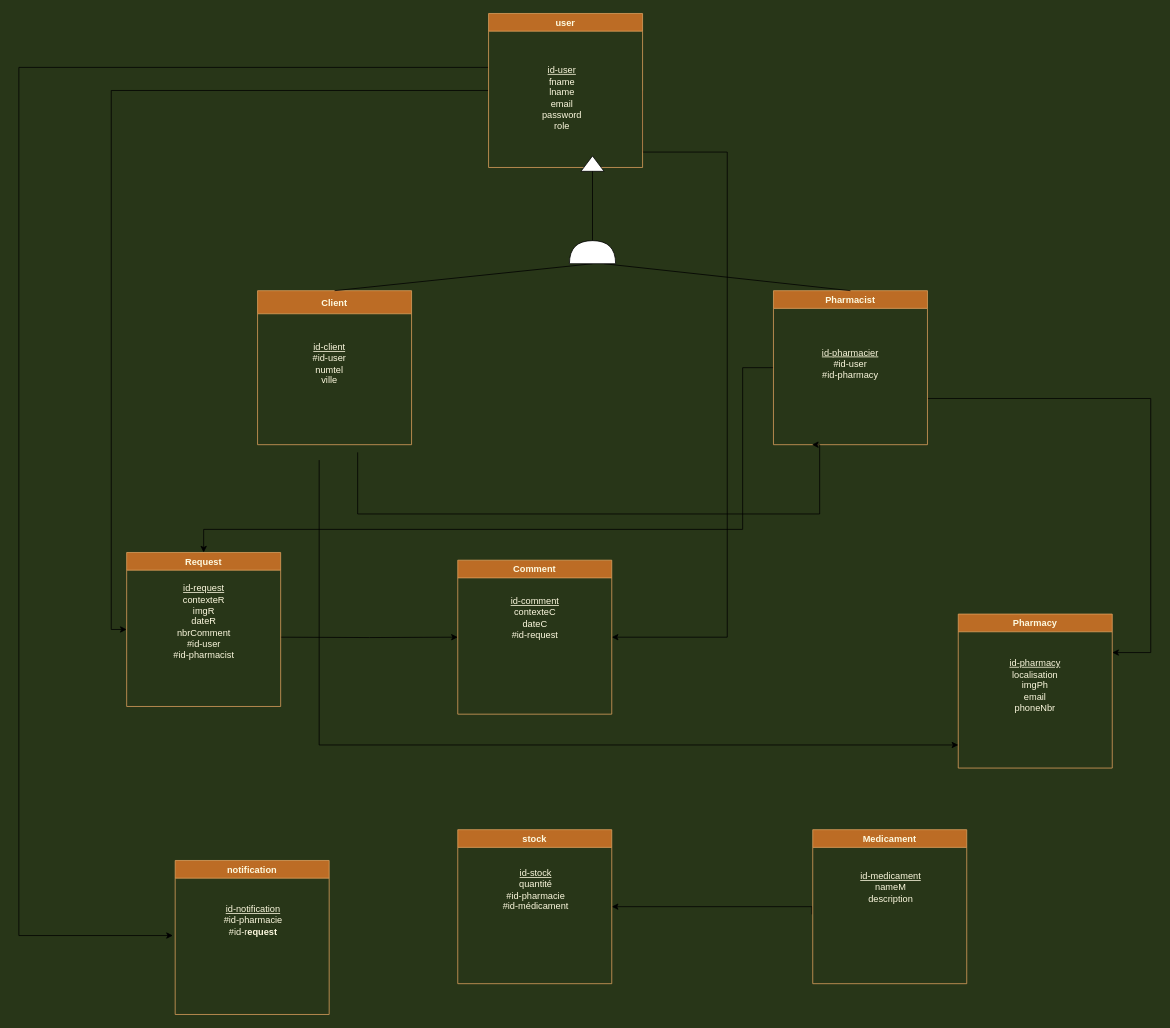
The draw.io diagram conception-base donner/MLD.dio in KHADIJALAHMAR/projet_fils_rouge, before the edit. Source tidied: cells renumbered, new cells numbered last; positions are measured from the earlier drawing's top-left corner, leaving out a move shared by most shapes. Both pictures are drawn from the tidied source at 77%, with x=0, y=0 at pixel (18, 13).
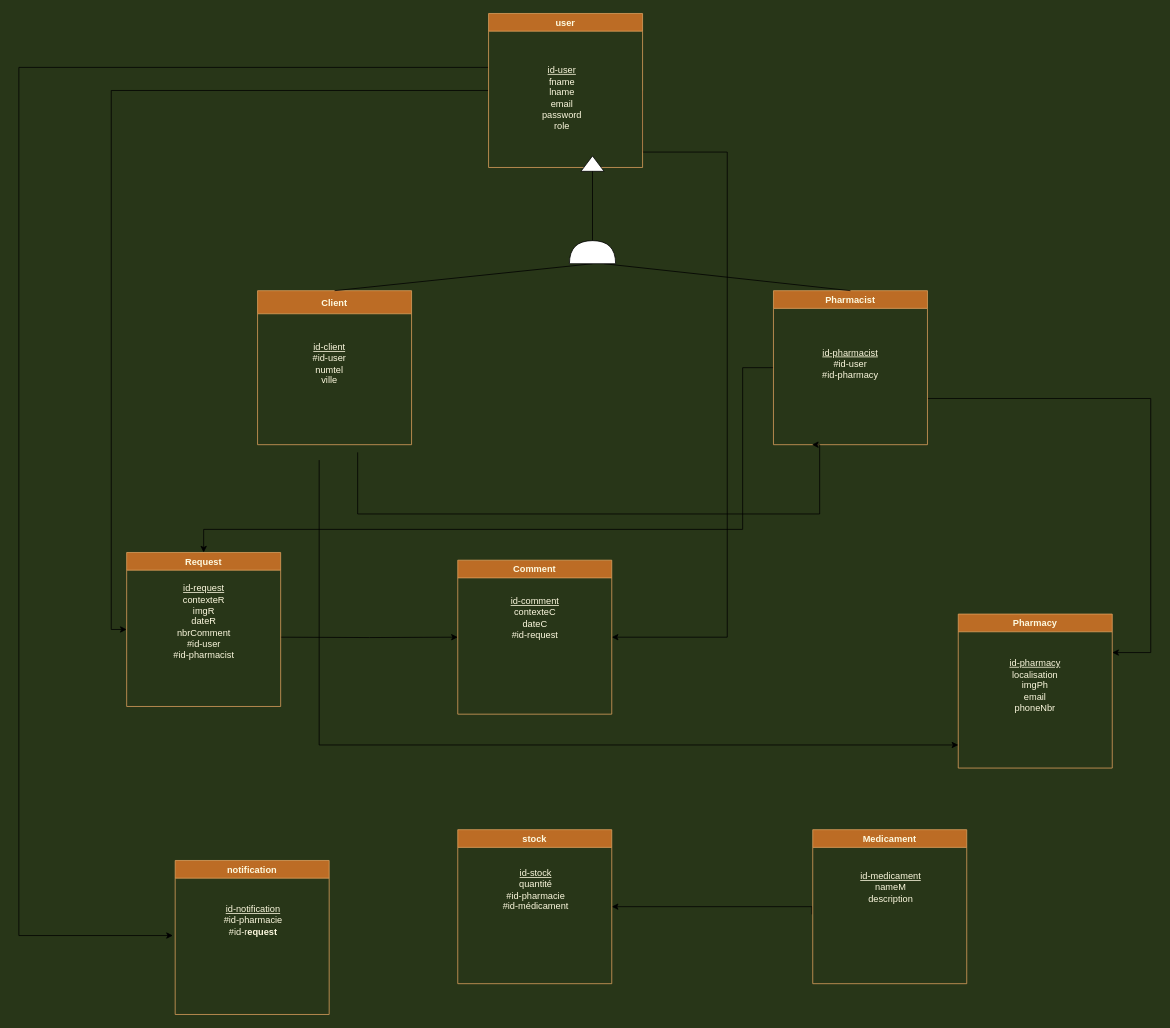
The same page after the edit.

Unchanged cells that the change refers to:
```xml
<mxCell id="7" value="Pharmacist" style="swimlane;fillColor=#BC6C25;strokeColor=#DDA15E;fontColor=#FEFAE0;" parent="1" vertex="1">
  <mxGeometry x="980" y="360" width="200" height="200" as="geometry" />
</mxCell>
```

What changed in the source:
```diff
@@
-    <mxCell id="8" value="&lt;u&gt;id-pharmacier&lt;/u&gt;&lt;br&gt;#id-user&lt;br&gt;#id-pharmacy" style="text;html=1;strokeColor=none;fillColor=none;align=center;verticalAlign=middle;whiteSpace=wrap;rounded=0;sketch=0;fontColor=#FEFAE0;" parent="7" vertex="1">
+    <mxCell id="8" value="&lt;u&gt;id-pharmacist&lt;/u&gt;&lt;br&gt;#id-user&lt;br&gt;#id-pharmacy" style="text;html=1;strokeColor=none;fillColor=none;align=center;verticalAlign=middle;whiteSpace=wrap;rounded=0;sketch=0;fontColor=#FEFAE0;" parent="7" vertex="1">
       <mxGeometry x="45" y="85" width="110" height="20" as="geometry" />
     </mxCell>
```
